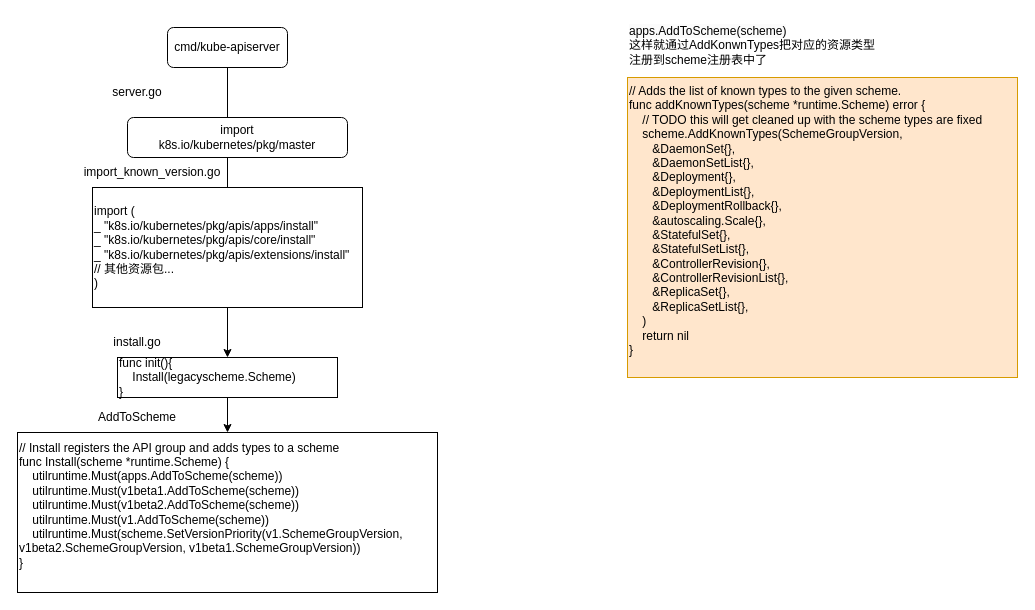
The draw.io diagram schema.drawio in HappyBinbin/k8s-learn, before the edit. Source tidied: cells renumbered, new cells numbered last; positions are measured from the earlier drawing's top-left corner, leaving out a move shared by most shapes. Both pictures are drawn from the tidied source at 100%, with x=0, y=0 at pixel (17, 17).
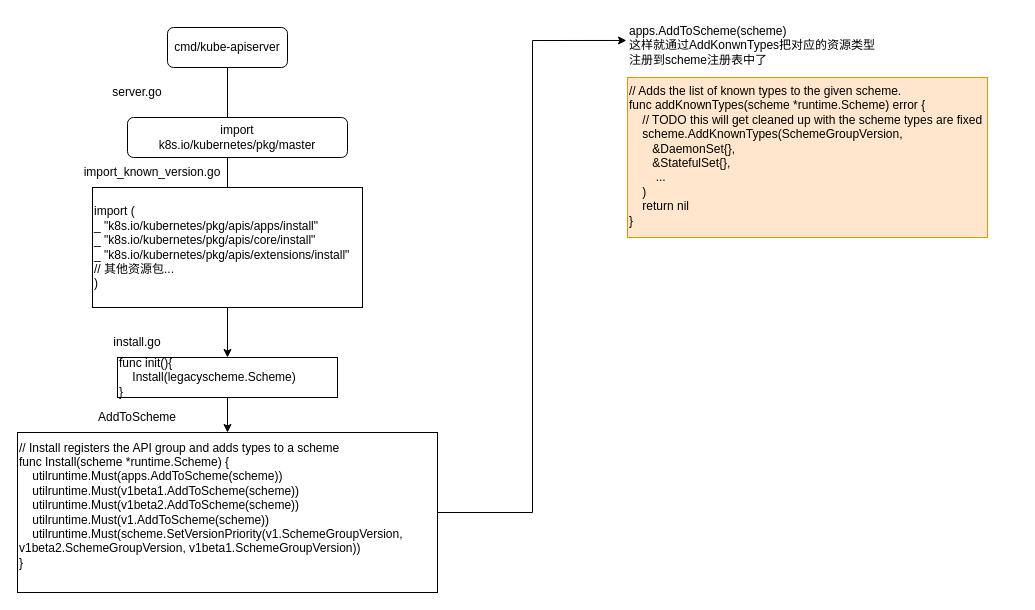
After the change.

The edit, as a diff of the source:
```diff
@@
 <mxGraphModel>
   <root>
     <mxCell id="0" />
     <mxCell id="1" parent="0" />
     <mxCell id="2" style="edgeStyle=orthogonalEdgeStyle;rounded=0;jettySize=auto;html=1;" parent="1" edge="1" source="3" target="5">
       <mxGeometry relative="1" as="geometry" />
     </mxCell>
     <mxCell id="3" value="cmd/kube-apiserver" style="rounded=1;whiteSpace=wrap;html=1;" parent="1" vertex="1">
       <mxGeometry x="150" y="10" width="120" height="40" as="geometry" />
     </mxCell>
     <mxCell id="4" style="edgeStyle=orthogonalEdgeStyle;rounded=0;jettySize=auto;html=1;entryX=0.5;entryY=0;entryDx=0;entryDy=0;" parent="1" edge="1" source="5" target="11">
       <mxGeometry relative="1" as="geometry" />
     </mxCell>
     <mxCell id="5" value="func init(){&lt;div&gt;&amp;nbsp; &amp;nbsp; Install(legacyscheme.Scheme)&lt;/div&gt;&lt;div&gt;&lt;span style=&quot;background-color: initial;&quot;&gt;}&lt;/span&gt;&lt;/div&gt;" style="rounded=0;whiteSpace=wrap;html=1;align=left;" parent="1" vertex="1">
       <mxGeometry x="100" y="340" width="220" height="40" as="geometry" />
     </mxCell>
     <mxCell id="6" value="&lt;span class=&quot;hljs-keyword&quot;&gt;import&lt;/span&gt; (&lt;br&gt;    _ &lt;span class=&quot;hljs-string&quot;&gt;&quot;k8s.io/kubernetes/pkg/apis/apps/install&quot;&lt;/span&gt;&lt;br&gt;    _ &lt;span class=&quot;hljs-string&quot;&gt;&quot;k8s.io/kubernetes/pkg/apis/core/install&quot;&lt;/span&gt;&lt;br&gt;    _ &lt;span class=&quot;hljs-string&quot;&gt;&quot;k8s.io/kubernetes/pkg/apis/extensions/install&quot;&lt;/span&gt;&lt;br&gt;    &lt;span class=&quot;hljs-comment&quot;&gt;// 其他资源包...&lt;/span&gt;&lt;br&gt;)" style="rounded=0;whiteSpace=wrap;html=1;align=left;" parent="1" vertex="1">
       <mxGeometry x="75" y="170" width="270" height="120" as="geometry" />
     </mxCell>
     <mxCell id="7" value="server.go" style="text;html=1;align=center;verticalAlign=middle;whiteSpace=wrap;rounded=0;" parent="1" vertex="1">
       <mxGeometry x="90" y="60" width="60" height="30" as="geometry" />
     </mxCell>
     <mxCell id="8" value="import_known_version.go" style="text;html=1;align=center;verticalAlign=middle;whiteSpace=wrap;rounded=0;" parent="1" vertex="1">
       <mxGeometry x="70" y="140" width="130" height="30" as="geometry" />
     </mxCell>
     <mxCell id="9" value="import&lt;br&gt;k8s.io/kubernetes/pkg/master" style="rounded=1;whiteSpace=wrap;html=1;" parent="1" vertex="1">
       <mxGeometry x="110" y="100" width="220" height="40" as="geometry" />
     </mxCell>
     <mxCell id="10" value="install.go" style="text;html=1;align=center;verticalAlign=middle;whiteSpace=wrap;rounded=0;" parent="1" vertex="1">
       <mxGeometry x="55" y="310" width="130" height="30" as="geometry" />
     </mxCell>
     <mxCell id="11" value="&lt;div&gt;// Install registers the API group and adds types to a scheme&lt;/div&gt;&lt;div&gt;func Install(scheme *runtime.Scheme) {&lt;/div&gt;&lt;div&gt;&amp;nbsp; &amp;nbsp; utilruntime.Must(apps.AddToScheme(scheme))&lt;/div&gt;&lt;div&gt;&amp;nbsp; &amp;nbsp; utilruntime.Must(v1beta1.AddToScheme(scheme))&lt;/div&gt;&lt;div&gt;&amp;nbsp; &amp;nbsp; utilruntime.Must(v1beta2.AddToScheme(scheme))&lt;/div&gt;&lt;div&gt;&amp;nbsp; &amp;nbsp; utilruntime.Must(v1.AddToScheme(scheme))&lt;/div&gt;&lt;div&gt;&amp;nbsp; &amp;nbsp; utilruntime.Must(scheme.SetVersionPriority(v1.SchemeGroupVersion, v1beta2.SchemeGroupVersion, v1beta1.SchemeGroupVersion))&lt;/div&gt;&lt;div&gt;}&lt;/div&gt;&lt;div&gt;&lt;br&gt;&lt;/div&gt;" style="rounded=0;whiteSpace=wrap;html=1;align=left;" parent="1" vertex="1">
       <mxGeometry y="415" width="420" height="160" as="geometry" />
     </mxCell>
     <mxCell id="12" value="AddToScheme" style="text;html=1;align=center;verticalAlign=middle;whiteSpace=wrap;rounded=0;" parent="1" vertex="1">
       <mxGeometry x="55" y="385" width="130" height="30" as="geometry" />
     </mxCell>
     <mxCell id="13" value="&lt;span style=&quot;color: rgb(0, 0, 0); font-family: Helvetica; font-size: 12px; font-style: normal; font-variant-ligatures: normal; font-variant-caps: normal; font-weight: 400; letter-spacing: normal; orphans: 2; text-align: left; text-indent: 0px; text-transform: none; widows: 2; word-spacing: 0px; -webkit-text-stroke-width: 0px; white-space: normal; background-color: rgb(251, 251, 251); text-decoration-thickness: initial; text-decoration-style: initial; text-decoration-color: initial; display: inline !important; float: none;&quot;&gt;apps.AddToScheme(scheme)&lt;/span&gt;&lt;div&gt;这样就通过AddKonwnTypes把对应的资源类型注册到scheme注册表中了&lt;/div&gt;" style="text;whiteSpace=wrap;html=1;" parent="1" vertex="1">
       <mxGeometry x="610" width="260" height="60" as="geometry" />
     </mxCell>
-    <mxCell id="14" value="// Adds the list of known types to the given scheme.&#10;func addKnownTypes(scheme *runtime.Scheme) error {&#10;    // TODO this will get cleaned up with the scheme types are fixed&#10;    scheme.AddKnownTypes(SchemeGroupVersion,&#10;       &amp;DaemonSet{},&#10;       &amp;DaemonSetList{},&#10;       &amp;Deployment{},&#10;       &amp;DeploymentList{},&#10;       &amp;DeploymentRollback{},&#10;       &amp;autoscaling.Scale{},&#10;       &amp;StatefulSet{},&#10;       &amp;StatefulSetList{},&#10;       &amp;ControllerRevision{},&#10;       &amp;ControllerRevisionList{},&#10;       &amp;ReplicaSet{},&#10;       &amp;ReplicaSetList{},&#10;    )&#10;    return nil&#10;}" style="text;whiteSpace=wrap;fillColor=#ffe6cc;strokeColor=#d79b00;" parent="1" vertex="1">
-      <mxGeometry x="610" y="60" width="390" height="300" as="geometry" />
+    <mxCell id="14" value="// Adds the list of known types to the given scheme.&#10;func addKnownTypes(scheme *runtime.Scheme) error {&#10;    // TODO this will get cleaned up with the scheme types are fixed&#10;    scheme.AddKnownTypes(SchemeGroupVersion,&#10;       &amp;DaemonSet{},&#10;       &amp;StatefulSet{},&#10;        ...&#10;    )&#10;    return nil&#10;}" style="text;whiteSpace=wrap;fillColor=#ffe6cc;strokeColor=#d79b00;" parent="1" vertex="1">
+      <mxGeometry x="610" y="60" width="360" height="160" as="geometry" />
     </mxCell>
+    <mxCell id="15" style="edgeStyle=orthogonalEdgeStyle;rounded=0;jettySize=auto;html=1;entryX=-0.004;entryY=0.383;entryDx=0;entryDy=0;entryPerimeter=0;" parent="1" edge="1" source="11" target="13">
+      <mxGeometry relative="1" as="geometry" />
+    </mxCell>
   </root>
 </mxGraphModel>
```
